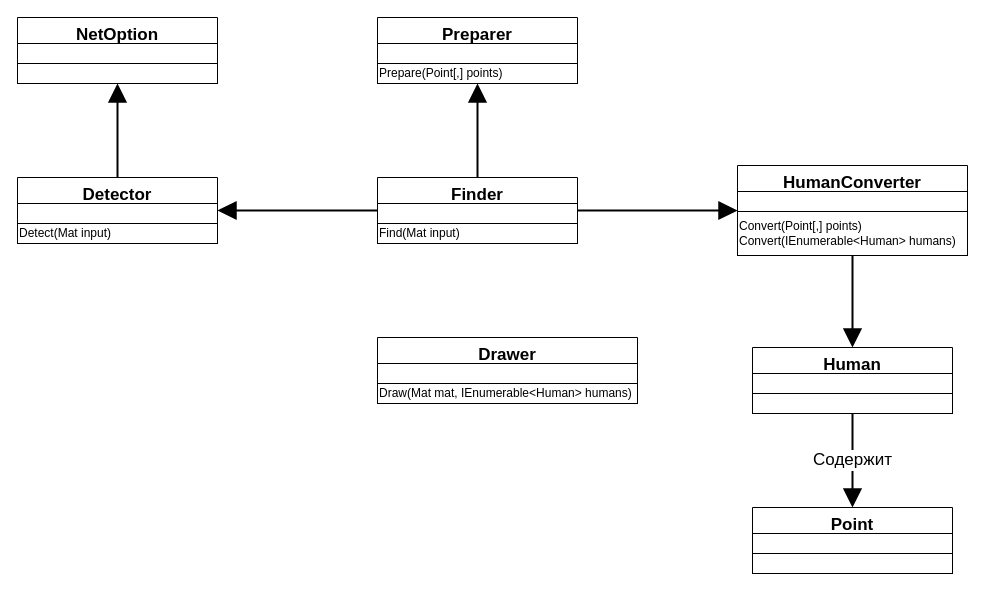
Above: page "Detecting" (4 of 11) of Engineering/Packets-detailed.drawio in GoldGreen/Skeletonization (draw.io), before the change. Source tidied: cells renumbered, new cells numbered last; positions are measured from the earlier drawing's top-left corner, leaving out a move shared by most shapes. Both pictures are drawn from the tidied source at 100%, with x=0, y=0 at pixel (17, 17).
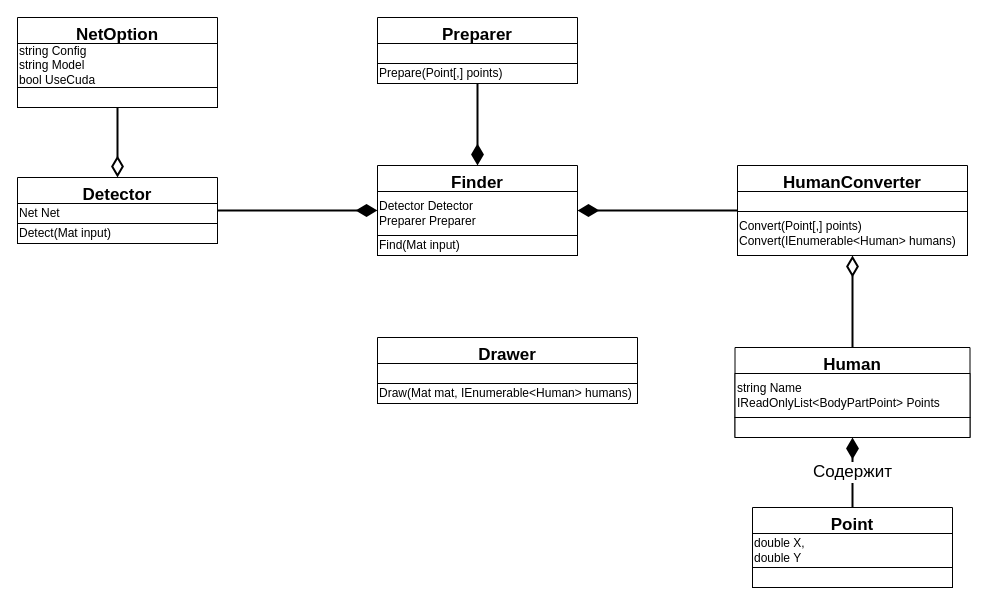
The same page after the edit.

The change refers to these unchanged cells:
```xml
<mxCell id="3" value="Detector" style="swimlane;fontStyle=1;align=center;verticalAlign=top;horizontal=1;startSize=26;fontSize=17;" parent="1" vertex="1">
  <mxGeometry y="160" width="200" height="66" as="geometry" />
</mxCell>
<mxCell id="14" value="HumanConverter" style="swimlane;fontStyle=1;align=center;verticalAlign=top;horizontal=1;startSize=26;fontSize=17;" parent="1" vertex="1">
  <mxGeometry x="720" y="148" width="230" height="90" as="geometry" />
</mxCell>
<mxCell id="20" value="Preparer" style="swimlane;fontStyle=1;align=center;verticalAlign=top;horizontal=1;startSize=26;fontSize=17;" parent="1" vertex="1">
  <mxGeometry x="360" width="200" height="66" as="geometry" />
</mxCell>
```

Change to the diagram source:
```diff
@@
-    <mxCell id="2" value=" " style="edgeStyle=orthogonalEdgeStyle;rounded=0;jettySize=auto;html=1;exitX=0.5;exitY=0;exitDx=0;exitDy=0;fontSize=17;endArrow=block;endFill=1;startSize=6;endSize=14;strokeWidth=2;entryX=0.5;entryY=1;entryDx=0;entryDy=0;" parent="1" edge="1" source="3" target="30">
+    <mxCell id="2" value=" " style="edgeStyle=orthogonalEdgeStyle;rounded=0;jettySize=auto;html=1;exitX=0.5;exitY=0;exitDx=0;exitDy=0;fontSize=17;endArrow=none;endFill=0;startSize=16;endSize=14;strokeWidth=2;entryX=0.5;entryY=1;entryDx=0;entryDy=0;startArrow=diamondThin;startFill=0;" parent="1" edge="1" source="3" target="30">
       <mxGeometry relative="1" as="geometry" />
     </mxCell>
@@
-    <mxCell id="4" style="rounded=0;whiteSpace=wrap;html=1;fontFamily=Helvetica;fontSize=12;fontColor=default;startSize=26;strokeColor=default;fillColor=default;align=left;" parent="3" vertex="1">
+    <mxCell id="4" value="Net Net" style="rounded=0;whiteSpace=wrap;html=1;fontFamily=Helvetica;fontSize=12;fontColor=default;startSize=26;strokeColor=default;fillColor=default;align=left;" parent="3" vertex="1">
       <mxGeometry y="26" width="200" height="20" as="geometry" />
     </mxCell>
@@
-    <mxCell id="6" value=" " style="edgeStyle=orthogonalEdgeStyle;rounded=0;jettySize=auto;html=1;exitX=0;exitY=0.5;exitDx=0;exitDy=0;fontSize=17;endArrow=block;endFill=1;startSize=6;endSize=14;strokeWidth=2;" parent="1" edge="1" source="10" target="3">
+    <mxCell id="6" value=" " style="edgeStyle=orthogonalEdgeStyle;rounded=0;jettySize=auto;html=1;exitX=0;exitY=0.5;exitDx=0;exitDy=0;fontSize=17;endArrow=none;endFill=0;startSize=16;endSize=14;strokeWidth=2;startArrow=diamondThin;startFill=1;" parent="1" edge="1" source="10" target="3">
       <mxGeometry relative="1" as="geometry" />
     </mxCell>
-    <mxCell id="7" value=" " style="edgeStyle=orthogonalEdgeStyle;rounded=0;jettySize=auto;html=1;exitX=1;exitY=0.5;exitDx=0;exitDy=0;entryX=0;entryY=0.5;entryDx=0;entryDy=0;fontSize=17;endArrow=block;endFill=1;startSize=6;endSize=14;strokeWidth=2;" parent="1" edge="1" source="10" target="14">
+    <mxCell id="7" value=" " style="edgeStyle=orthogonalEdgeStyle;rounded=0;jettySize=auto;html=1;exitX=1;exitY=0.5;exitDx=0;exitDy=0;entryX=0;entryY=0.5;entryDx=0;entryDy=0;fontSize=17;endArrow=none;endFill=0;startSize=16;endSize=14;strokeWidth=2;startArrow=diamondThin;startFill=1;" parent="1" edge="1" source="10" target="14">
       <mxGeometry relative="1" as="geometry" />
     </mxCell>
-    <mxCell id="8" style="edgeStyle=orthogonalEdgeStyle;rounded=0;jettySize=auto;html=1;exitX=0.5;exitY=0;exitDx=0;exitDy=0;entryX=0.5;entryY=1;entryDx=0;entryDy=0;fontSize=17;endArrow=block;endFill=1;startSize=6;endSize=14;strokeWidth=2;" parent="1" edge="1" source="10" target="20">
+    <mxCell id="8" style="edgeStyle=orthogonalEdgeStyle;rounded=0;jettySize=auto;html=1;exitX=0.5;exitY=0;exitDx=0;exitDy=0;entryX=0.5;entryY=1;entryDx=0;entryDy=0;fontSize=17;endArrow=none;endFill=0;startSize=16;endSize=14;strokeWidth=2;startArrow=diamondThin;startFill=1;" parent="1" edge="1" source="10" target="20">
       <mxGeometry relative="1" as="geometry" />
     </mxCell>
@@
     <mxCell id="10" value="Finder" style="swimlane;fontStyle=1;align=center;verticalAlign=top;horizontal=1;startSize=26;fontSize=17;" parent="1" vertex="1">
-      <mxGeometry x="360" y="160" width="200" height="66" as="geometry" />
+      <mxGeometry x="360" y="148" width="200" height="90" as="geometry" />
     </mxCell>
-    <mxCell id="11" style="rounded=0;whiteSpace=wrap;html=1;fontFamily=Helvetica;fontSize=12;fontColor=default;startSize=26;strokeColor=default;fillColor=default;align=left;" parent="10" vertex="1">
-      <mxGeometry y="26" width="200" height="20" as="geometry" />
+    <mxCell id="11" value="&lt;div&gt;Detector Detector&lt;/div&gt;&lt;div&gt;Preparer Preparer&lt;/div&gt;" style="rounded=0;whiteSpace=wrap;html=1;fontFamily=Helvetica;fontSize=12;fontColor=default;startSize=26;strokeColor=default;fillColor=default;align=left;verticalAlign=middle;" parent="10" vertex="1">
+      <mxGeometry y="26" width="200" height="44" as="geometry" />
     </mxCell>
     <mxCell id="12" value="Find(Mat input)" style="rounded=0;whiteSpace=wrap;html=1;fontFamily=Helvetica;fontSize=12;fontColor=default;startSize=26;strokeColor=default;fillColor=default;align=left;" parent="10" vertex="1">
-      <mxGeometry y="46" width="200" height="20" as="geometry" />
+      <mxGeometry y="70" width="200" height="20" as="geometry" />
     </mxCell>
-    <mxCell id="13" value=" " style="edgeStyle=orthogonalEdgeStyle;rounded=0;jettySize=auto;html=1;exitX=0.5;exitY=1;exitDx=0;exitDy=0;fontSize=17;endArrow=block;endFill=1;startSize=6;endSize=14;strokeWidth=2;entryX=0.5;entryY=0;entryDx=0;entryDy=0;" parent="1" edge="1" source="14" target="24">
+    <mxCell id="13" value=" " style="edgeStyle=orthogonalEdgeStyle;rounded=0;jettySize=auto;html=1;exitX=0.5;exitY=1;exitDx=0;exitDy=0;fontSize=17;endArrow=none;endFill=0;startSize=16;endSize=14;strokeWidth=2;entryX=0.5;entryY=0;entryDx=0;entryDy=0;startArrow=diamondThin;startFill=0;" parent="1" edge="1" source="14" target="24">
       <mxGeometry relative="1" as="geometry" />
     </mxCell>
@@
-    <mxCell id="23" value="Содержит" style="edgeStyle=orthogonalEdgeStyle;rounded=0;jettySize=auto;html=1;exitX=0.5;exitY=1;exitDx=0;exitDy=0;entryX=0.5;entryY=0;entryDx=0;entryDy=0;fontSize=17;endArrow=block;endFill=1;startSize=6;endSize=14;strokeWidth=2;" parent="1" edge="1" source="24" target="27">
+    <mxCell id="23" value="Содержит" style="edgeStyle=orthogonalEdgeStyle;rounded=0;jettySize=auto;html=1;exitX=0.5;exitY=1;exitDx=0;exitDy=0;entryX=0.5;entryY=0;entryDx=0;entryDy=0;fontSize=17;endArrow=none;endFill=0;startSize=16;endSize=14;strokeWidth=2;startArrow=diamondThin;startFill=1;" parent="1" edge="1" source="24" target="27">
       <mxGeometry relative="1" as="geometry" />
     </mxCell>
     <mxCell id="24" value="Human" style="swimlane;fontStyle=1;align=center;verticalAlign=top;horizontal=1;startSize=26;fontSize=17;" parent="1" vertex="1">
-      <mxGeometry x="735" y="330" width="200" height="66" as="geometry" />
+      <mxGeometry x="717.5" y="330" width="235" height="90" as="geometry" />
     </mxCell>
-    <mxCell id="25" style="rounded=0;whiteSpace=wrap;html=1;fontFamily=Helvetica;fontSize=12;fontColor=default;startSize=26;strokeColor=default;fillColor=default;align=left;" parent="24" vertex="1">
-      <mxGeometry y="26" width="200" height="20" as="geometry" />
+    <mxCell id="25" value="string Name&lt;br&gt;IReadOnlyList&amp;lt;BodyPartPoint&amp;gt; Points" style="rounded=0;whiteSpace=wrap;html=1;fontFamily=Helvetica;fontSize=12;fontColor=default;startSize=26;strokeColor=default;fillColor=default;align=left;" parent="24" vertex="1">
+      <mxGeometry y="26" width="235" height="44" as="geometry" />
     </mxCell>
     <mxCell id="26" style="rounded=0;whiteSpace=wrap;html=1;fontFamily=Helvetica;fontSize=12;fontColor=default;startSize=26;strokeColor=default;fillColor=default;align=left;" parent="24" vertex="1">
-      <mxGeometry y="46" width="200" height="20" as="geometry" />
+      <mxGeometry y="70" width="235" height="20" as="geometry" />
     </mxCell>
     <mxCell id="27" value="Point" style="swimlane;fontStyle=1;align=center;verticalAlign=top;horizontal=1;startSize=26;fontSize=17;" parent="1" vertex="1">
-      <mxGeometry x="735" y="490" width="200" height="66" as="geometry" />
+      <mxGeometry x="735" y="490" width="200" height="80" as="geometry" />
     </mxCell>
-    <mxCell id="28" style="rounded=0;whiteSpace=wrap;html=1;fontFamily=Helvetica;fontSize=12;fontColor=default;startSize=26;strokeColor=default;fillColor=default;align=left;" parent="27" vertex="1">
-      <mxGeometry y="26" width="200" height="20" as="geometry" />
+    <mxCell id="28" value="double X,&lt;br&gt;double Y" style="rounded=0;whiteSpace=wrap;html=1;fontFamily=Helvetica;fontSize=12;fontColor=default;startSize=26;strokeColor=default;fillColor=default;align=left;" parent="27" vertex="1">
+      <mxGeometry y="26" width="200" height="34" as="geometry" />
     </mxCell>
     <mxCell id="29" style="rounded=0;whiteSpace=wrap;html=1;fontFamily=Helvetica;fontSize=12;fontColor=default;startSize=26;strokeColor=default;fillColor=default;align=left;" parent="27" vertex="1">
-      <mxGeometry y="46" width="200" height="20" as="geometry" />
+      <mxGeometry y="60" width="200" height="20" as="geometry" />
     </mxCell>
     <mxCell id="30" value="NetOption" style="swimlane;fontStyle=1;align=center;verticalAlign=top;horizontal=1;startSize=26;fontSize=17;" parent="1" vertex="1">
-      <mxGeometry width="200" height="66" as="geometry" />
+      <mxGeometry width="200" height="90" as="geometry" />
     </mxCell>
-    <mxCell id="31" style="rounded=0;whiteSpace=wrap;html=1;fontFamily=Helvetica;fontSize=12;fontColor=default;startSize=26;strokeColor=default;fillColor=default;align=left;" parent="30" vertex="1">
-      <mxGeometry y="26" width="200" height="20" as="geometry" />
+    <mxCell id="31" value="string Config&lt;br&gt;string Model&lt;br&gt;bool UseCuda" style="rounded=0;whiteSpace=wrap;html=1;fontFamily=Helvetica;fontSize=12;fontColor=default;startSize=26;strokeColor=default;fillColor=default;align=left;" parent="30" vertex="1">
+      <mxGeometry y="26" width="200" height="44" as="geometry" />
     </mxCell>
     <mxCell id="32" style="rounded=0;whiteSpace=wrap;html=1;fontFamily=Helvetica;fontSize=12;fontColor=default;startSize=26;strokeColor=default;fillColor=default;align=left;" parent="30" vertex="1">
-      <mxGeometry y="46" width="200" height="20" as="geometry" />
+      <mxGeometry y="70" width="200" height="20" as="geometry" />
     </mxCell>
```
